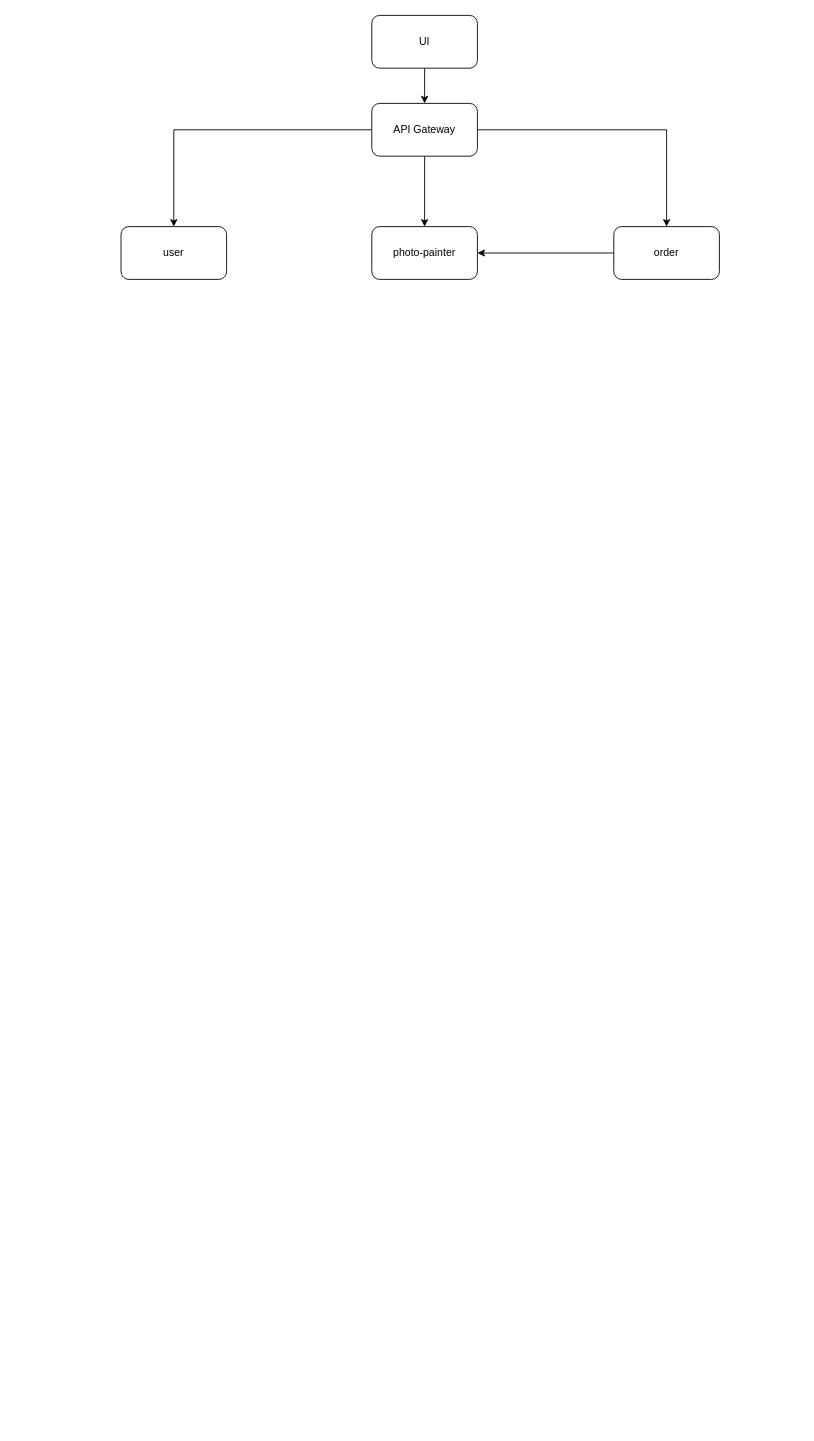
Before: photo-painter Diagram.drawio in shimisa/coloring-book, a draw.io diagram. Source tidied: cells renumbered, new cells numbered last; positions are measured from the earlier drawing's top-left corner, leaving out a move shared by most shapes. Both pictures are drawn from the tidied source at 88%, with x=0, y=0 at pixel (121, 15).
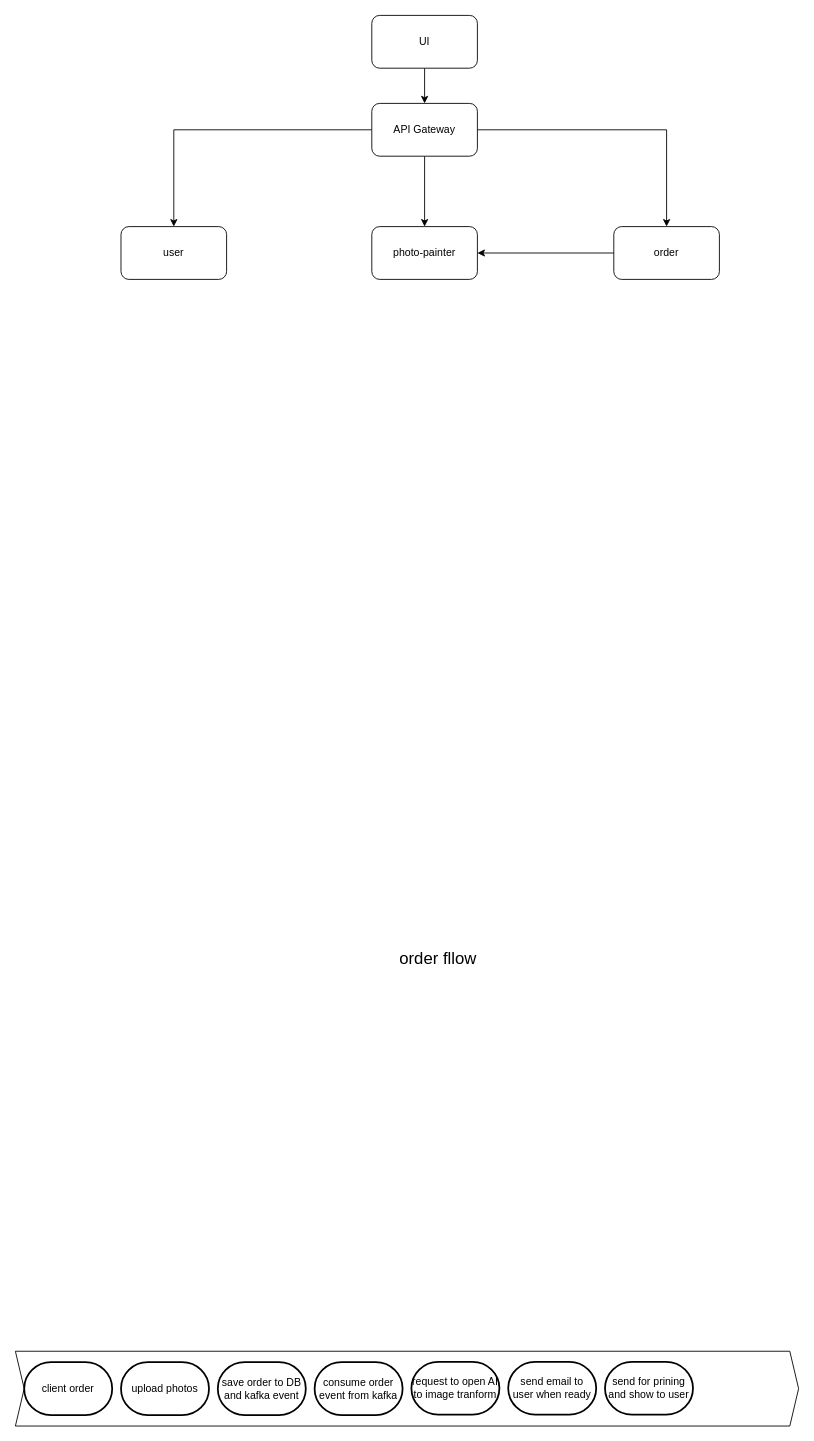
Above is the later version.

Commit message (it also covers changes not shown here):
Feat: Kafka integtaion

Diff of the diagram source:
```diff
@@
+    <mxCell id="12" value="&lt;font style=&quot;font-size: 19px;&quot;&gt;order fllow&lt;/font&gt;" style="text;html=1;align=center;verticalAlign=middle;strokeColor=none;fillColor=none;" parent="1" vertex="1">
+      <mxGeometry x="305" y="1053" width="110" height="40" as="geometry" />
+    </mxCell>
+    <mxCell id="13" style="html=1;shadow=0;dashed=0;align=center;verticalAlign=middle;shape=mxgraph.arrows2.arrow;dy=0;dx=10;notch=10;" parent="1" vertex="1">
+      <mxGeometry x="-120" y="1518" width="890" height="85" as="geometry" />
+    </mxCell>
+    <mxCell id="14" value="client order" style="strokeWidth=2;html=1;shape=mxgraph.flowchart.terminator;whiteSpace=wrap;" parent="1" vertex="1">
+      <mxGeometry x="-110" y="1530.5" width="100" height="60" as="geometry" />
+    </mxCell>
+    <mxCell id="15" value="upload photos" style="strokeWidth=2;html=1;shape=mxgraph.flowchart.terminator;whiteSpace=wrap;" parent="1" vertex="1">
+      <mxGeometry y="1530.5" width="100" height="60" as="geometry" />
+    </mxCell>
+    <mxCell id="16" value="save order to DB and kafka event" style="strokeWidth=2;html=1;shape=mxgraph.flowchart.terminator;whiteSpace=wrap;" parent="1" vertex="1">
+      <mxGeometry x="110" y="1530.5" width="100" height="60" as="geometry" />
+    </mxCell>
+    <mxCell id="17" value="consume order event from kafka" style="strokeWidth=2;html=1;shape=mxgraph.flowchart.terminator;whiteSpace=wrap;" parent="1" vertex="1">
+      <mxGeometry x="220" y="1530.5" width="100" height="60" as="geometry" />
+    </mxCell>
+    <mxCell id="18" value="request to open AI to image tranform" style="strokeWidth=2;html=1;shape=mxgraph.flowchart.terminator;whiteSpace=wrap;" parent="1" vertex="1">
+      <mxGeometry x="330" y="1530" width="100" height="60" as="geometry" />
+    </mxCell>
+    <mxCell id="19" value="send email to user when ready" style="strokeWidth=2;html=1;shape=mxgraph.flowchart.terminator;whiteSpace=wrap;" parent="1" vertex="1">
+      <mxGeometry x="440" y="1530" width="100" height="60" as="geometry" />
+    </mxCell>
+    <mxCell id="20" value="send for prining and show to user" style="strokeWidth=2;html=1;shape=mxgraph.flowchart.terminator;whiteSpace=wrap;" parent="1" vertex="1">
+      <mxGeometry x="550" y="1530" width="100" height="60" as="geometry" />
+    </mxCell>
```
